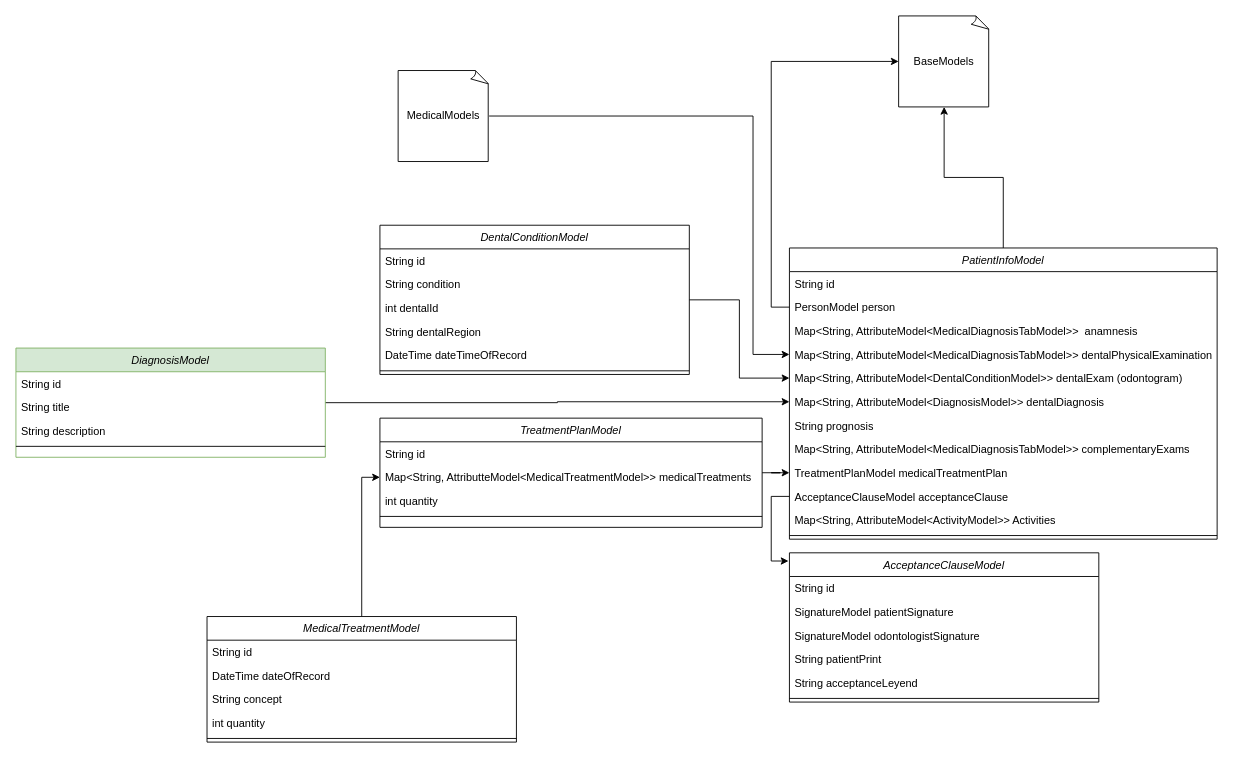
Earlier version of the draw.io diagram page "dentistApp" (8 of 12) of uml/uml_diagrams.drawio (grupo-jocaagura/jocaagura_domain). Source tidied: cells renumbered, new cells numbered last; positions are measured from the earlier drawing's top-left corner, leaving out a move shared by most shapes. Both pictures are drawn from the tidied source at 91%, with x=0, y=0 at pixel (15, 15).
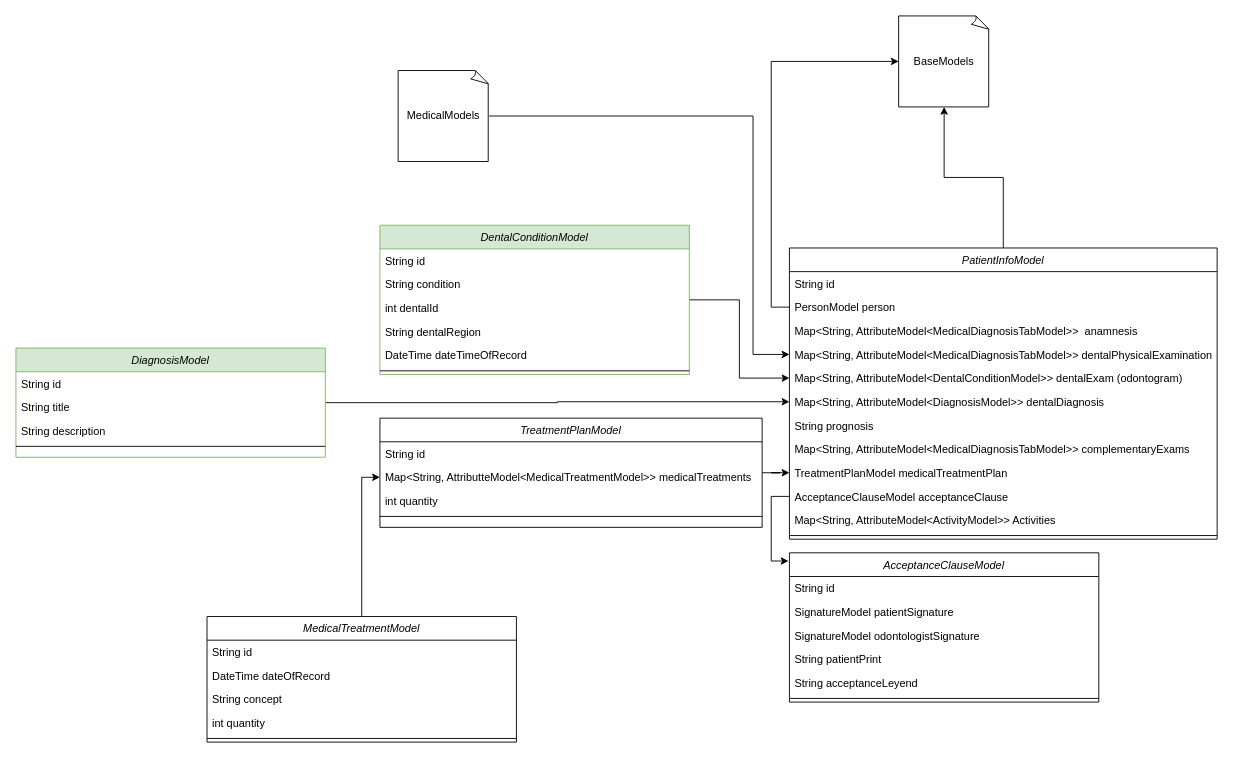
The same page after the edit.

Commit message:
feature(@albertjjimenezp): Se contribuye dental_condition_model.dart y  la documentación en dartdoc asi como los test unitarios uml

What changed in the source:
```diff
@@
-    <mxCell id="46" value="DentalConditionModel" style="swimlane;fontStyle=2;align=center;verticalAlign=top;horizontal=1;startSize=26;rounded=0;shadow=0;strokeWidth=1;" parent="1" vertex="1">
+    <mxCell id="46" value="DentalConditionModel" style="swimlane;fontStyle=2;align=center;verticalAlign=top;horizontal=1;startSize=26;rounded=0;shadow=0;strokeWidth=1;fillColor=#d5e8d4;strokeColor=#82b366;" parent="1" vertex="1">
       <mxGeometry x="400" y="230" width="340" height="164" as="geometry" />
     </mxCell>
```
